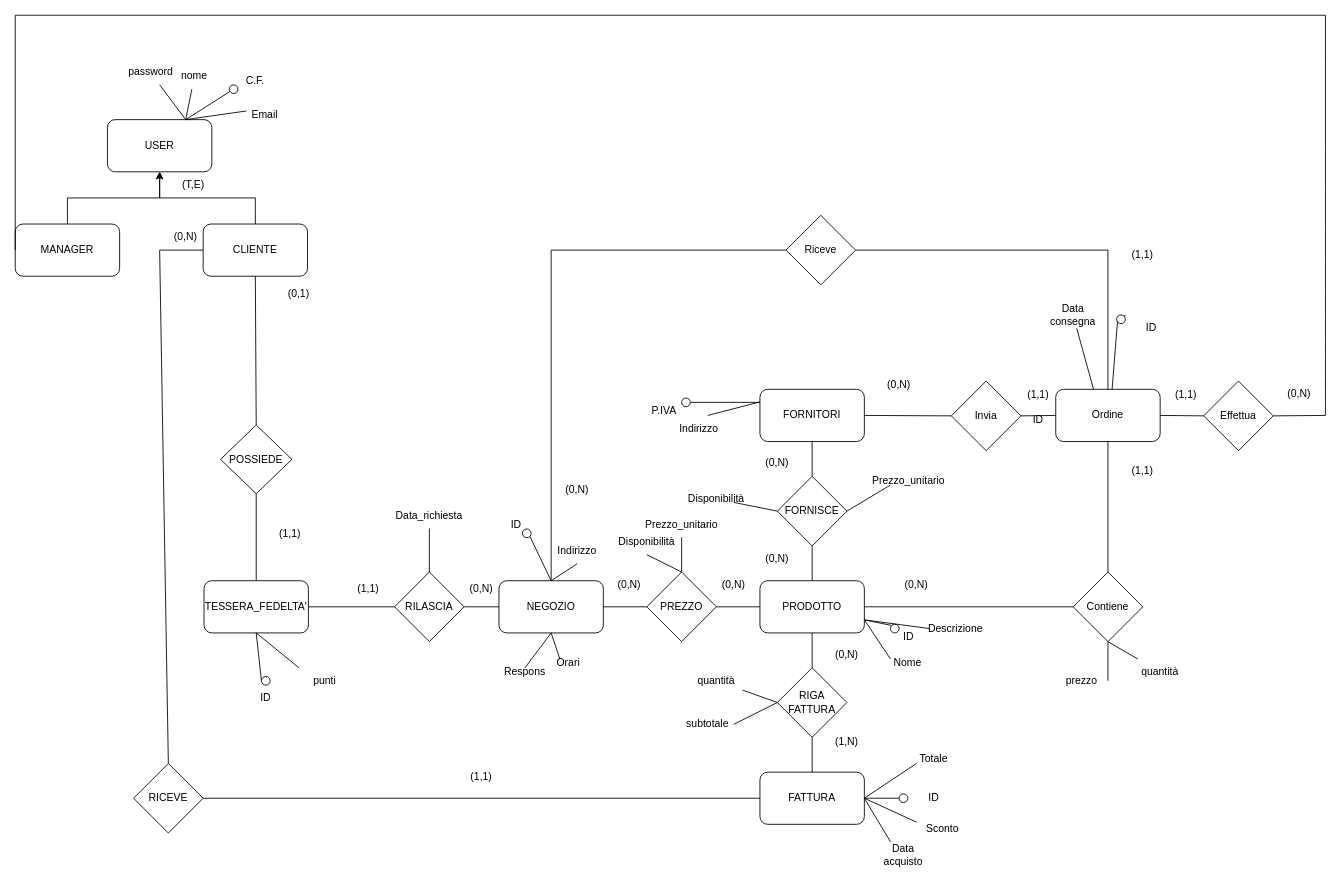
Giann8/Progetto_DB_UNI keeps this draw.io diagram as docs/schema_ER/Diagramma_ER_NR.drawio. Above is the earlier version. Source tidied: cells renumbered, new cells numbered last; positions are measured from the earlier drawing's top-left corner, leaving out a move shared by most shapes. Both pictures are drawn from the tidied source at 87%, with x=0, y=0 at pixel (15, 15).
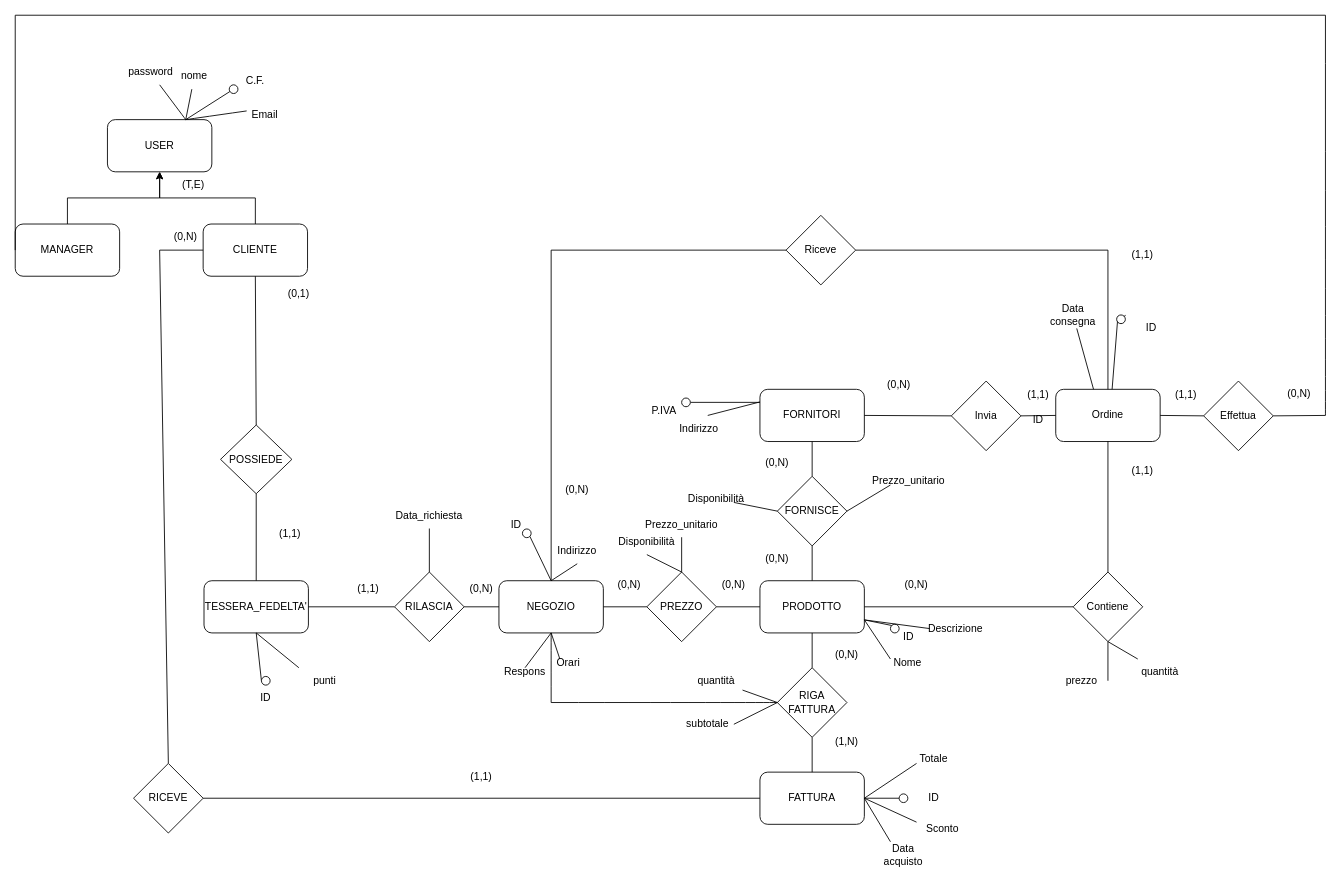
The same page after the edit.

Unchanged cells that the change refers to:
```xml
<mxCell id="25" value="NEGOZIO" style="rounded=1;whiteSpace=wrap;html=1;" parent="1" vertex="1">
  <mxGeometry x="556" y="650" width="120" height="60" as="geometry" />
</mxCell>
<mxCell id="42" value="RIGA FATTURA" style="rhombus;whiteSpace=wrap;html=1;" parent="1" vertex="1">
  <mxGeometry x="876" y="750" width="80" height="80" as="geometry" />
</mxCell>
```

The edit, as a diff of the source:
```diff
@@
+    <mxCell id="139" style="endArrow=none;html=1;rounded=0;fontSize=12;startSize=8;endSize=8;curved=1;exitX=0.5;exitY=1;exitDx=0;exitDy=0;" parent="1" edge="1" source="25">
+      <mxGeometry relative="1" as="geometry">
+        <mxPoint x="616" y="790" as="targetPoint" />
+      </mxGeometry>
+    </mxCell>
+    <mxCell id="140" style="endArrow=none;html=1;rounded=0;fontSize=12;startSize=8;endSize=8;curved=1;exitX=0;exitY=0.5;exitDx=0;exitDy=0;" parent="1" edge="1" source="42">
+      <mxGeometry relative="1" as="geometry">
+        <mxPoint x="616" y="790" as="targetPoint" />
+      </mxGeometry>
+    </mxCell>
```
